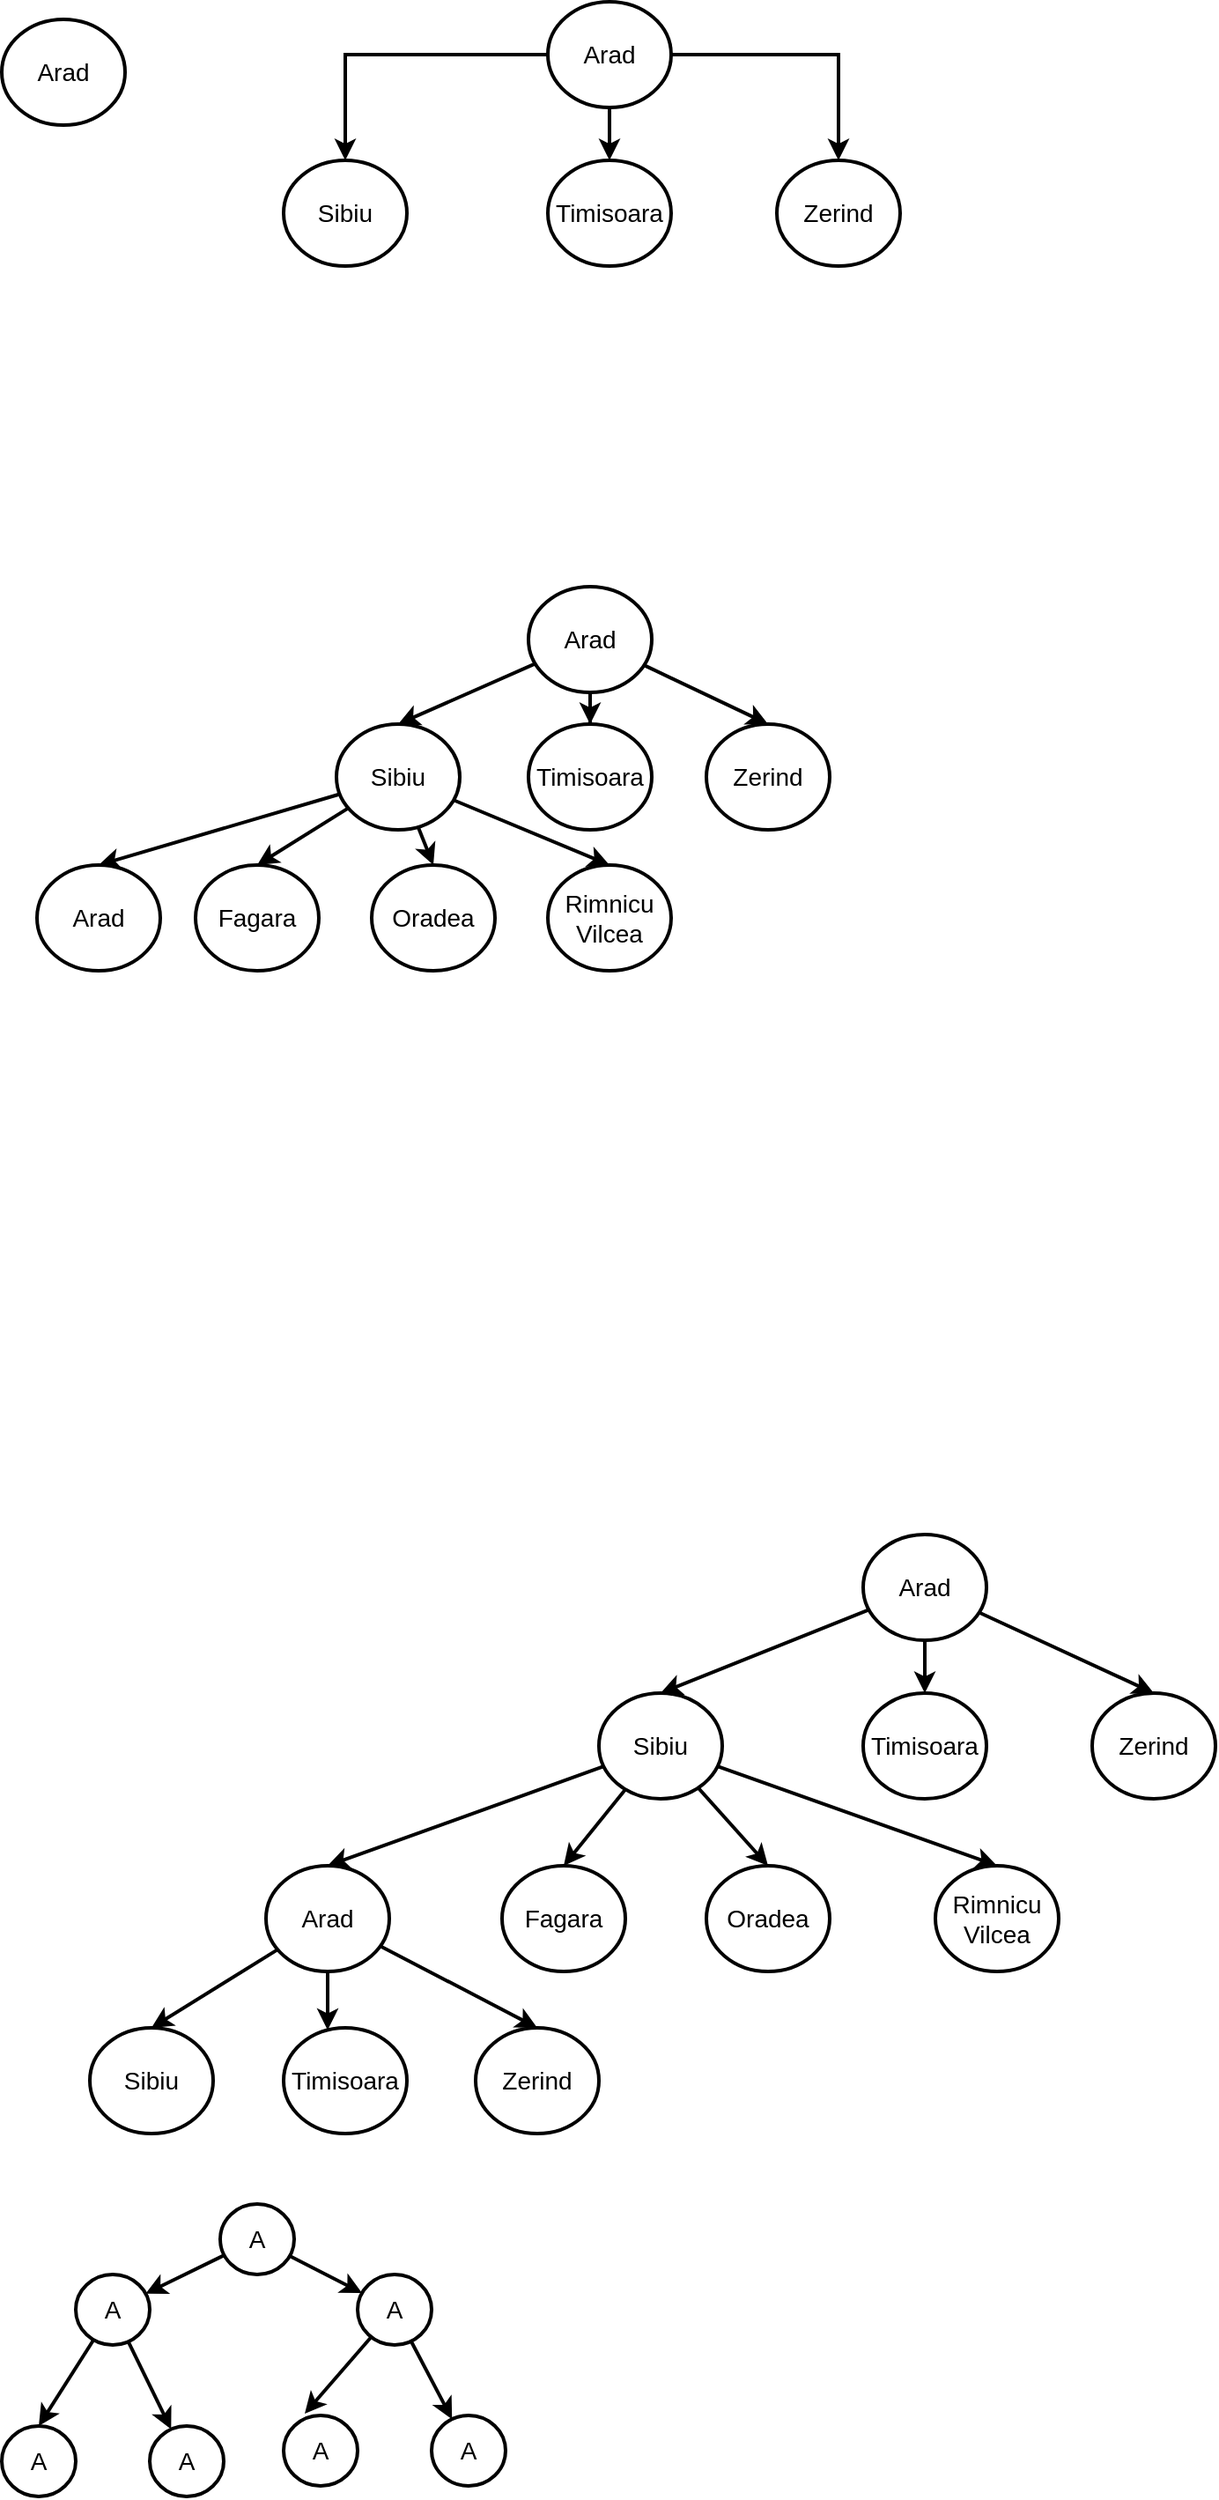
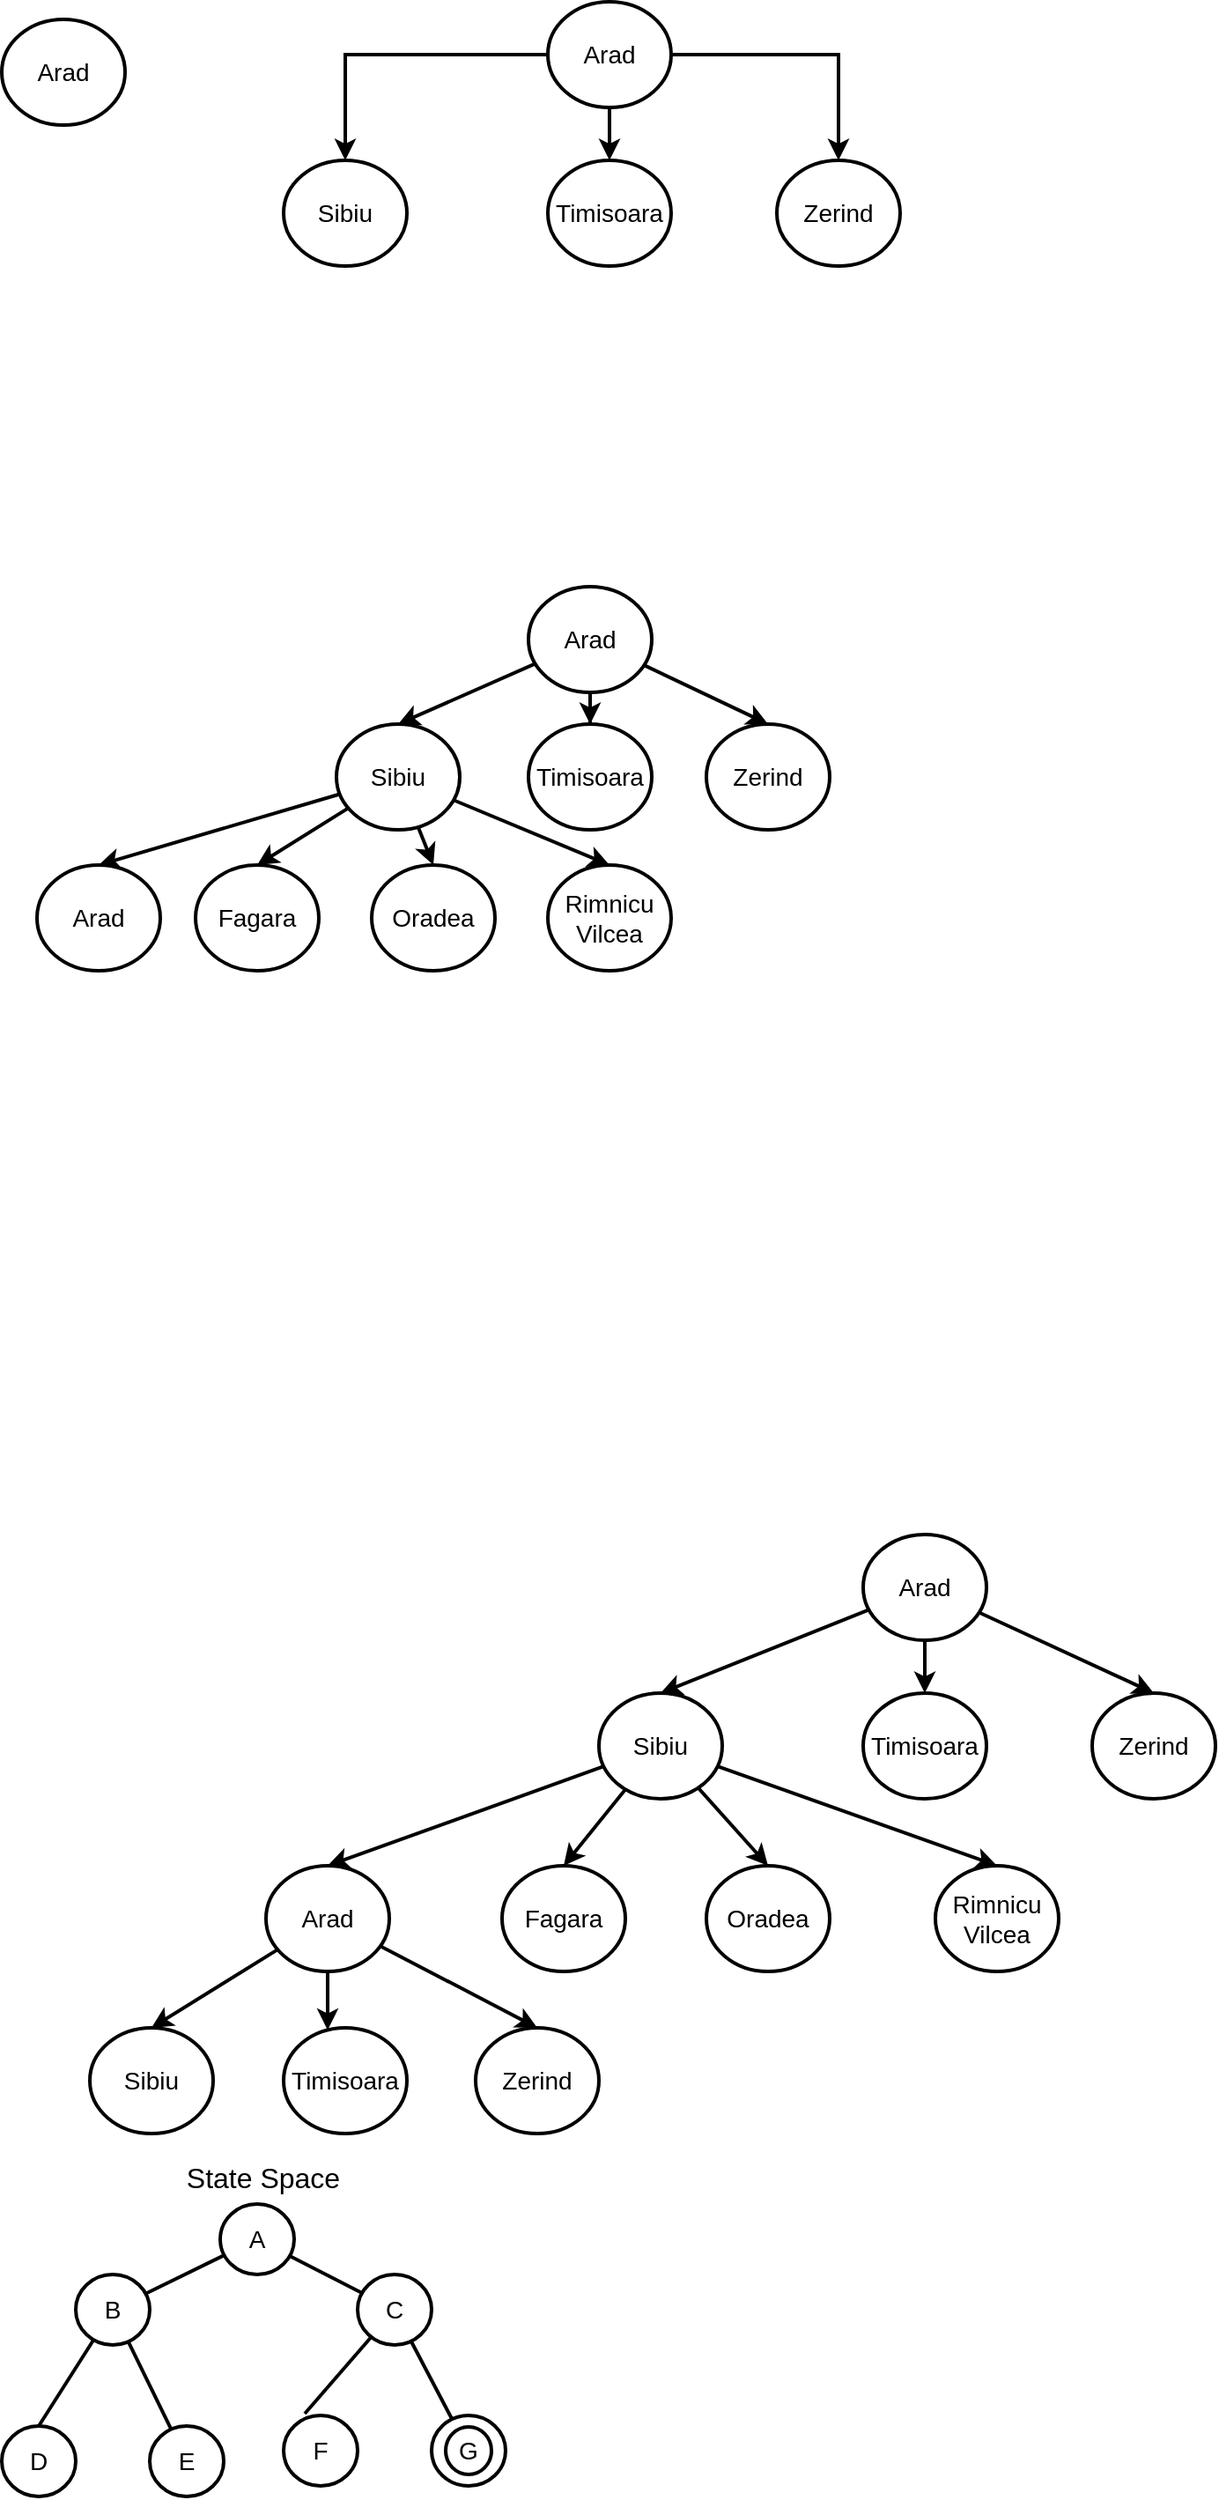
<mxfile host="app.diagrams.net">
  <diagram name="Page-1" id="BSzVWueWxRZ0f2yqvMc-">
-     <mxGraphModel dx="656" dy="351" grid="1" gridSize="10" guides="1" tooltips="1" connect="1" arrows="1" fold="1" page="1" pageScale="1" pageWidth="850" pageHeight="1100" math="0" shadow="0">
+     <mxGraphModel dx="656" dy="351" grid="0" gridSize="10" guides="1" tooltips="1" connect="1" arrows="1" fold="1" page="1" pageScale="1" pageWidth="850" pageHeight="1100" math="0" shadow="0">
      <root>
        <mxCell id="0" />
        <mxCell id="1" parent="0" />
        <mxCell id="DJkdPokyCSNuBn839fvl-1" parent="1" style="ellipse;whiteSpace=wrap;html=1;strokeWidth=2;fontSize=14;" value="Arad" vertex="1">
          <mxGeometry height="60" width="70" x="80" y="40" as="geometry" />
        </mxCell>
        <mxCell id="DJkdPokyCSNuBn839fvl-6" edge="1" parent="1" source="DJkdPokyCSNuBn839fvl-2" style="edgeStyle=orthogonalEdgeStyle;rounded=0;orthogonalLoop=1;jettySize=auto;html=1;entryX=0.5;entryY=0;entryDx=0;entryDy=0;strokeWidth=2;" target="DJkdPokyCSNuBn839fvl-3">
          <mxGeometry relative="1" as="geometry" />
        </mxCell>
        <mxCell id="DJkdPokyCSNuBn839fvl-7" edge="1" parent="1" source="DJkdPokyCSNuBn839fvl-2" style="edgeStyle=orthogonalEdgeStyle;rounded=0;orthogonalLoop=1;jettySize=auto;html=1;strokeWidth=2;" target="DJkdPokyCSNuBn839fvl-4" value="">
          <mxGeometry relative="1" as="geometry" />
        </mxCell>
        <mxCell id="DJkdPokyCSNuBn839fvl-8" edge="1" parent="1" source="DJkdPokyCSNuBn839fvl-2" style="edgeStyle=orthogonalEdgeStyle;rounded=0;orthogonalLoop=1;jettySize=auto;html=1;entryX=0.5;entryY=0;entryDx=0;entryDy=0;strokeWidth=2;" target="DJkdPokyCSNuBn839fvl-5">
          <mxGeometry relative="1" as="geometry" />
        </mxCell>
        <mxCell id="DJkdPokyCSNuBn839fvl-2" parent="1" style="ellipse;whiteSpace=wrap;html=1;strokeWidth=2;fontSize=14;" value="Arad" vertex="1">
          <mxGeometry height="60" width="70" x="390" y="30" as="geometry" />
        </mxCell>
        <mxCell id="DJkdPokyCSNuBn839fvl-3" parent="1" style="ellipse;whiteSpace=wrap;html=1;strokeWidth=2;fontSize=14;" value="Sibiu" vertex="1">
          <mxGeometry height="60" width="70" x="240" y="120" as="geometry" />
        </mxCell>
        <mxCell id="DJkdPokyCSNuBn839fvl-4" parent="1" style="ellipse;whiteSpace=wrap;html=1;strokeWidth=2;fontSize=14;" value="Timisoara" vertex="1">
          <mxGeometry height="60" width="70" x="390" y="120" as="geometry" />
        </mxCell>
        <mxCell id="DJkdPokyCSNuBn839fvl-5" parent="1" style="ellipse;whiteSpace=wrap;html=1;strokeWidth=2;fontSize=14;" value="Zerind" vertex="1">
          <mxGeometry height="60" width="70" x="520" y="120" as="geometry" />
        </mxCell>
        <mxCell id="DJkdPokyCSNuBn839fvl-9" edge="1" parent="1" source="DJkdPokyCSNuBn839fvl-12" style="rounded=0;orthogonalLoop=1;jettySize=auto;html=1;entryX=0.5;entryY=0;entryDx=0;entryDy=0;strokeWidth=2;" target="DJkdPokyCSNuBn839fvl-13">
          <mxGeometry relative="1" as="geometry" />
        </mxCell>
        <mxCell id="DJkdPokyCSNuBn839fvl-10" edge="1" parent="1" source="DJkdPokyCSNuBn839fvl-12" style="edgeStyle=orthogonalEdgeStyle;rounded=0;orthogonalLoop=1;jettySize=auto;html=1;strokeWidth=2;" target="DJkdPokyCSNuBn839fvl-14" value="">
          <mxGeometry relative="1" as="geometry" />
        </mxCell>
        <mxCell id="DJkdPokyCSNuBn839fvl-11" edge="1" parent="1" source="DJkdPokyCSNuBn839fvl-12" style="rounded=0;orthogonalLoop=1;jettySize=auto;html=1;entryX=0.5;entryY=0;entryDx=0;entryDy=0;strokeWidth=2;" target="DJkdPokyCSNuBn839fvl-15">
          <mxGeometry relative="1" as="geometry" />
        </mxCell>
        <mxCell id="DJkdPokyCSNuBn839fvl-12" parent="1" style="ellipse;whiteSpace=wrap;html=1;strokeWidth=2;fontSize=14;" value="Arad" vertex="1">
          <mxGeometry height="60" width="70" x="379" y="362" as="geometry" />
        </mxCell>
        <mxCell id="DJkdPokyCSNuBn839fvl-20" edge="1" parent="1" source="DJkdPokyCSNuBn839fvl-13" style="rounded=0;orthogonalLoop=1;jettySize=auto;html=1;entryX=0.5;entryY=0;entryDx=0;entryDy=0;strokeWidth=2;" target="DJkdPokyCSNuBn839fvl-16">
          <mxGeometry relative="1" as="geometry" />
        </mxCell>
        <mxCell id="DJkdPokyCSNuBn839fvl-22" edge="1" parent="1" source="DJkdPokyCSNuBn839fvl-13" style="rounded=0;orthogonalLoop=1;jettySize=auto;html=1;entryX=0.5;entryY=0;entryDx=0;entryDy=0;strokeWidth=2;" target="DJkdPokyCSNuBn839fvl-17">
          <mxGeometry relative="1" as="geometry" />
        </mxCell>
        <mxCell id="DJkdPokyCSNuBn839fvl-25" edge="1" parent="1" source="DJkdPokyCSNuBn839fvl-13" style="rounded=0;orthogonalLoop=1;jettySize=auto;html=1;entryX=0.5;entryY=0;entryDx=0;entryDy=0;strokeWidth=2;" target="DJkdPokyCSNuBn839fvl-19">
          <mxGeometry relative="1" as="geometry" />
        </mxCell>
        <mxCell id="DJkdPokyCSNuBn839fvl-26" edge="1" parent="1" source="DJkdPokyCSNuBn839fvl-13" style="rounded=0;orthogonalLoop=1;jettySize=auto;html=1;entryX=0.5;entryY=0;entryDx=0;entryDy=0;strokeWidth=2;" target="DJkdPokyCSNuBn839fvl-18">
          <mxGeometry relative="1" as="geometry" />
        </mxCell>
        <mxCell id="DJkdPokyCSNuBn839fvl-13" parent="1" style="ellipse;whiteSpace=wrap;html=1;strokeWidth=2;fontSize=14;" value="Sibiu" vertex="1">
          <mxGeometry height="60" width="70" x="270" y="440" as="geometry" />
        </mxCell>
        <mxCell id="DJkdPokyCSNuBn839fvl-14" parent="1" style="ellipse;whiteSpace=wrap;html=1;strokeWidth=2;fontSize=14;" value="Timisoara" vertex="1">
          <mxGeometry height="60" width="70" x="379" y="440" as="geometry" />
        </mxCell>
        <mxCell id="DJkdPokyCSNuBn839fvl-15" parent="1" style="ellipse;whiteSpace=wrap;html=1;strokeWidth=2;fontSize=14;" value="Zerind" vertex="1">
          <mxGeometry height="60" width="70" x="480" y="440" as="geometry" />
        </mxCell>
        <mxCell id="DJkdPokyCSNuBn839fvl-16" parent="1" style="ellipse;whiteSpace=wrap;html=1;strokeWidth=2;fontSize=14;" value="Arad" vertex="1">
          <mxGeometry height="60" width="70" x="100" y="520" as="geometry" />
        </mxCell>
        <mxCell id="DJkdPokyCSNuBn839fvl-17" parent="1" style="ellipse;whiteSpace=wrap;html=1;strokeWidth=2;fontSize=14;" value="Fagara" vertex="1">
          <mxGeometry height="60" width="70" x="190" y="520" as="geometry" />
        </mxCell>
        <mxCell id="DJkdPokyCSNuBn839fvl-18" parent="1" style="ellipse;whiteSpace=wrap;html=1;strokeWidth=2;fontSize=14;" value="Oradea" vertex="1">
          <mxGeometry height="60" width="70" x="290" y="520" as="geometry" />
        </mxCell>
        <mxCell id="DJkdPokyCSNuBn839fvl-19" parent="1" style="ellipse;whiteSpace=wrap;html=1;strokeWidth=2;fontSize=14;" value="Rimnicu Vilcea" vertex="1">
          <mxGeometry height="60" width="70" x="390" y="520" as="geometry" />
        </mxCell>
        <mxCell id="DJkdPokyCSNuBn839fvl-27" edge="1" parent="1" source="DJkdPokyCSNuBn839fvl-30" style="rounded=0;orthogonalLoop=1;jettySize=auto;html=1;entryX=0.5;entryY=0;entryDx=0;entryDy=0;strokeWidth=2;" target="DJkdPokyCSNuBn839fvl-35">
          <mxGeometry relative="1" as="geometry" />
        </mxCell>
        <mxCell id="DJkdPokyCSNuBn839fvl-28" edge="1" parent="1" source="DJkdPokyCSNuBn839fvl-30" style="edgeStyle=orthogonalEdgeStyle;rounded=0;orthogonalLoop=1;jettySize=auto;html=1;strokeWidth=2;" target="DJkdPokyCSNuBn839fvl-36" value="">
          <mxGeometry relative="1" as="geometry" />
        </mxCell>
        <mxCell id="DJkdPokyCSNuBn839fvl-29" edge="1" parent="1" source="DJkdPokyCSNuBn839fvl-30" style="rounded=0;orthogonalLoop=1;jettySize=auto;html=1;entryX=0.5;entryY=0;entryDx=0;entryDy=0;strokeWidth=2;" target="DJkdPokyCSNuBn839fvl-37">
          <mxGeometry relative="1" as="geometry" />
        </mxCell>
        <mxCell id="DJkdPokyCSNuBn839fvl-30" parent="1" style="ellipse;whiteSpace=wrap;html=1;strokeWidth=2;fontSize=14;" value="Arad" vertex="1">
          <mxGeometry height="60" width="70" x="569" y="900" as="geometry" />
        </mxCell>
        <mxCell id="DJkdPokyCSNuBn839fvl-31" edge="1" parent="1" source="DJkdPokyCSNuBn839fvl-35" style="rounded=0;orthogonalLoop=1;jettySize=auto;html=1;entryX=0.5;entryY=0;entryDx=0;entryDy=0;strokeWidth=2;" target="DJkdPokyCSNuBn839fvl-38">
          <mxGeometry relative="1" as="geometry" />
        </mxCell>
        <mxCell id="DJkdPokyCSNuBn839fvl-32" edge="1" parent="1" source="DJkdPokyCSNuBn839fvl-35" style="rounded=0;orthogonalLoop=1;jettySize=auto;html=1;entryX=0.5;entryY=0;entryDx=0;entryDy=0;strokeWidth=2;" target="DJkdPokyCSNuBn839fvl-39">
          <mxGeometry relative="1" as="geometry" />
        </mxCell>
        <mxCell id="DJkdPokyCSNuBn839fvl-33" edge="1" parent="1" source="DJkdPokyCSNuBn839fvl-35" style="rounded=0;orthogonalLoop=1;jettySize=auto;html=1;entryX=0.5;entryY=0;entryDx=0;entryDy=0;strokeWidth=2;" target="DJkdPokyCSNuBn839fvl-41">
          <mxGeometry relative="1" as="geometry" />
        </mxCell>
        <mxCell id="DJkdPokyCSNuBn839fvl-34" edge="1" parent="1" source="DJkdPokyCSNuBn839fvl-35" style="rounded=0;orthogonalLoop=1;jettySize=auto;html=1;entryX=0.5;entryY=0;entryDx=0;entryDy=0;strokeWidth=2;" target="DJkdPokyCSNuBn839fvl-40">
          <mxGeometry relative="1" as="geometry" />
        </mxCell>
        <mxCell id="DJkdPokyCSNuBn839fvl-35" parent="1" style="ellipse;whiteSpace=wrap;html=1;strokeWidth=2;fontSize=14;" value="Sibiu" vertex="1">
          <mxGeometry height="60" width="70" x="419" y="990" as="geometry" />
        </mxCell>
        <mxCell id="DJkdPokyCSNuBn839fvl-36" parent="1" style="ellipse;whiteSpace=wrap;html=1;strokeWidth=2;fontSize=14;" value="Timisoara" vertex="1">
          <mxGeometry height="60" width="70" x="569" y="990" as="geometry" />
        </mxCell>
        <mxCell id="DJkdPokyCSNuBn839fvl-37" parent="1" style="ellipse;whiteSpace=wrap;html=1;strokeWidth=2;fontSize=14;" value="Zerind" vertex="1">
          <mxGeometry height="60" width="70" x="699" y="990" as="geometry" />
        </mxCell>
        <mxCell id="DJkdPokyCSNuBn839fvl-45" edge="1" parent="1" source="DJkdPokyCSNuBn839fvl-38" style="rounded=0;orthogonalLoop=1;jettySize=auto;html=1;entryX=0.5;entryY=0;entryDx=0;entryDy=0;strokeWidth=2;" target="DJkdPokyCSNuBn839fvl-42">
          <mxGeometry relative="1" as="geometry" />
        </mxCell>
        <mxCell id="DJkdPokyCSNuBn839fvl-46" edge="1" parent="1" source="DJkdPokyCSNuBn839fvl-38" style="edgeStyle=orthogonalEdgeStyle;rounded=0;orthogonalLoop=1;jettySize=auto;html=1;strokeWidth=2;" target="DJkdPokyCSNuBn839fvl-43" value="">
          <mxGeometry relative="1" as="geometry">
            <Array as="points">
              <mxPoint x="265" y="1190" />
              <mxPoint x="265" y="1190" />
            </Array>
          </mxGeometry>
        </mxCell>
        <mxCell id="DJkdPokyCSNuBn839fvl-47" edge="1" parent="1" source="DJkdPokyCSNuBn839fvl-38" style="rounded=0;orthogonalLoop=1;jettySize=auto;html=1;entryX=0.5;entryY=0;entryDx=0;entryDy=0;strokeWidth=2;" target="DJkdPokyCSNuBn839fvl-44">
          <mxGeometry relative="1" as="geometry" />
        </mxCell>
        <mxCell id="DJkdPokyCSNuBn839fvl-38" parent="1" style="ellipse;whiteSpace=wrap;html=1;strokeWidth=2;fontSize=14;" value="Arad" vertex="1">
          <mxGeometry height="60" width="70" x="230" y="1088" as="geometry" />
        </mxCell>
        <mxCell id="DJkdPokyCSNuBn839fvl-39" parent="1" style="ellipse;whiteSpace=wrap;html=1;strokeWidth=2;fontSize=14;" value="Fagara" vertex="1">
          <mxGeometry height="60" width="70" x="364" y="1088" as="geometry" />
        </mxCell>
        <mxCell id="DJkdPokyCSNuBn839fvl-40" parent="1" style="ellipse;whiteSpace=wrap;html=1;strokeWidth=2;fontSize=14;" value="Oradea" vertex="1">
          <mxGeometry height="60" width="70" x="480" y="1088" as="geometry" />
        </mxCell>
        <mxCell id="DJkdPokyCSNuBn839fvl-41" parent="1" style="ellipse;whiteSpace=wrap;html=1;strokeWidth=2;fontSize=14;" value="Rimnicu Vilcea" vertex="1">
          <mxGeometry height="60" width="70" x="610" y="1088" as="geometry" />
        </mxCell>
        <mxCell id="DJkdPokyCSNuBn839fvl-42" parent="1" style="ellipse;whiteSpace=wrap;html=1;strokeWidth=2;fontSize=14;" value="Sibiu" vertex="1">
          <mxGeometry height="60" width="70" x="130" y="1180" as="geometry" />
        </mxCell>
        <mxCell id="DJkdPokyCSNuBn839fvl-43" parent="1" style="ellipse;whiteSpace=wrap;html=1;strokeWidth=2;fontSize=14;" value="Timisoara" vertex="1">
          <mxGeometry height="60" width="70" x="240" y="1180" as="geometry" />
        </mxCell>
        <mxCell id="DJkdPokyCSNuBn839fvl-44" parent="1" style="ellipse;whiteSpace=wrap;html=1;strokeWidth=2;fontSize=14;" value="Zerind" vertex="1">
          <mxGeometry height="60" width="70" x="349" y="1180" as="geometry" />
        </mxCell>
-         <mxCell id="3aDSpglnKRdrbF7ndWlJ-9" edge="1" parent="1" source="3aDSpglnKRdrbF7ndWlJ-1" style="rounded=0;orthogonalLoop=1;jettySize=auto;html=1;strokeWidth=2;" target="3aDSpglnKRdrbF7ndWlJ-2" value="">
+         <mxCell id="3aDSpglnKRdrbF7ndWlJ-9" edge="1" parent="1" source="3aDSpglnKRdrbF7ndWlJ-1" style="rounded=0;orthogonalLoop=1;jettySize=auto;html=1;strokeWidth=2;endArrow=none;endFill=0;" target="3aDSpglnKRdrbF7ndWlJ-2" value="">
          <mxGeometry relative="1" as="geometry" />
        </mxCell>
-         <mxCell id="3aDSpglnKRdrbF7ndWlJ-10" edge="1" parent="1" source="3aDSpglnKRdrbF7ndWlJ-1" style="rounded=0;orthogonalLoop=1;jettySize=auto;html=1;strokeWidth=2;" target="3aDSpglnKRdrbF7ndWlJ-3" value="">
+         <mxCell id="3aDSpglnKRdrbF7ndWlJ-10" edge="1" parent="1" source="3aDSpglnKRdrbF7ndWlJ-1" style="rounded=0;orthogonalLoop=1;jettySize=auto;html=1;strokeWidth=2;endArrow=none;endFill=0;" target="3aDSpglnKRdrbF7ndWlJ-3" value="">
          <mxGeometry relative="1" as="geometry" />
        </mxCell>
        <mxCell id="3aDSpglnKRdrbF7ndWlJ-1" parent="1" style="ellipse;whiteSpace=wrap;html=1;strokeWidth=2;fontSize=14;" value="A" vertex="1">
          <mxGeometry height="40" width="42" x="204" y="1280" as="geometry" />
        </mxCell>
-         <mxCell id="3aDSpglnKRdrbF7ndWlJ-11" edge="1" parent="1" source="3aDSpglnKRdrbF7ndWlJ-2" style="rounded=0;orthogonalLoop=1;jettySize=auto;html=1;strokeWidth=2;" target="3aDSpglnKRdrbF7ndWlJ-6" value="">
+         <mxCell id="3aDSpglnKRdrbF7ndWlJ-11" edge="1" parent="1" source="3aDSpglnKRdrbF7ndWlJ-2" style="rounded=0;orthogonalLoop=1;jettySize=auto;html=1;strokeWidth=2;endArrow=none;endFill=0;" target="3aDSpglnKRdrbF7ndWlJ-6" value="">
          <mxGeometry relative="1" as="geometry" />
        </mxCell>
-         <mxCell id="3aDSpglnKRdrbF7ndWlJ-13" edge="1" parent="1" source="3aDSpglnKRdrbF7ndWlJ-2" style="rounded=0;orthogonalLoop=1;jettySize=auto;html=1;entryX=0.5;entryY=0;entryDx=0;entryDy=0;strokeWidth=2;" target="3aDSpglnKRdrbF7ndWlJ-5">
+         <mxCell id="3aDSpglnKRdrbF7ndWlJ-13" edge="1" parent="1" source="3aDSpglnKRdrbF7ndWlJ-2" style="rounded=0;orthogonalLoop=1;jettySize=auto;html=1;entryX=0.5;entryY=0;entryDx=0;entryDy=0;strokeWidth=2;endArrow=none;endFill=0;" target="3aDSpglnKRdrbF7ndWlJ-5">
          <mxGeometry relative="1" as="geometry" />
        </mxCell>
-         <mxCell id="3aDSpglnKRdrbF7ndWlJ-2" parent="1" style="ellipse;whiteSpace=wrap;html=1;strokeWidth=2;fontSize=14;" value="A" vertex="1">
+         <mxCell id="3aDSpglnKRdrbF7ndWlJ-2" parent="1" style="ellipse;whiteSpace=wrap;html=1;strokeWidth=2;fontSize=14;" value="B" vertex="1">
          <mxGeometry height="40" width="42" x="122" y="1320" as="geometry" />
        </mxCell>
-         <mxCell id="3aDSpglnKRdrbF7ndWlJ-14" edge="1" parent="1" source="3aDSpglnKRdrbF7ndWlJ-3" style="rounded=0;orthogonalLoop=1;jettySize=auto;html=1;strokeWidth=2;" target="3aDSpglnKRdrbF7ndWlJ-7" value="">
+         <mxCell id="3aDSpglnKRdrbF7ndWlJ-14" edge="1" parent="1" source="3aDSpglnKRdrbF7ndWlJ-3" style="rounded=0;orthogonalLoop=1;jettySize=auto;html=1;strokeWidth=2;endArrow=none;endFill=0;" target="3aDSpglnKRdrbF7ndWlJ-7" value="">
          <mxGeometry relative="1" as="geometry" />
        </mxCell>
-         <mxCell id="3aDSpglnKRdrbF7ndWlJ-3" parent="1" style="ellipse;whiteSpace=wrap;html=1;strokeWidth=2;fontSize=14;" value="A" vertex="1">
+         <mxCell id="3aDSpglnKRdrbF7ndWlJ-3" parent="1" style="ellipse;whiteSpace=wrap;html=1;strokeWidth=2;fontSize=14;" value="C" vertex="1">
          <mxGeometry height="40" width="42" x="282" y="1320" as="geometry" />
        </mxCell>
-         <mxCell id="3aDSpglnKRdrbF7ndWlJ-4" parent="1" style="ellipse;whiteSpace=wrap;html=1;strokeWidth=2;fontSize=14;" value="A" vertex="1">
+         <mxCell id="3aDSpglnKRdrbF7ndWlJ-4" parent="1" style="ellipse;whiteSpace=wrap;html=1;strokeWidth=2;fontSize=14;" value="F" vertex="1">
          <mxGeometry height="40" width="42" x="240" y="1400" as="geometry" />
        </mxCell>
-         <mxCell id="3aDSpglnKRdrbF7ndWlJ-5" parent="1" style="ellipse;whiteSpace=wrap;html=1;strokeWidth=2;fontSize=14;" value="A" vertex="1">
+         <mxCell id="3aDSpglnKRdrbF7ndWlJ-5" parent="1" style="ellipse;whiteSpace=wrap;html=1;strokeWidth=2;fontSize=14;" value="D" vertex="1">
          <mxGeometry height="40" width="42" x="80" y="1406" as="geometry" />
        </mxCell>
-         <mxCell id="3aDSpglnKRdrbF7ndWlJ-6" parent="1" style="ellipse;whiteSpace=wrap;html=1;strokeWidth=2;fontSize=14;" value="A" vertex="1">
+         <mxCell id="3aDSpglnKRdrbF7ndWlJ-6" parent="1" style="ellipse;whiteSpace=wrap;html=1;strokeWidth=2;fontSize=14;" value="E" vertex="1">
          <mxGeometry height="40" width="42" x="164" y="1406" as="geometry" />
        </mxCell>
-         <mxCell id="3aDSpglnKRdrbF7ndWlJ-7" parent="1" style="ellipse;whiteSpace=wrap;html=1;strokeWidth=2;fontSize=14;" value="A" vertex="1">
+         <mxCell id="3aDSpglnKRdrbF7ndWlJ-7" parent="1" style="ellipse;whiteSpace=wrap;html=1;strokeWidth=2;fontSize=14;" value="" vertex="1">
          <mxGeometry height="40" width="42" x="324" y="1400" as="geometry" />
        </mxCell>
-         <mxCell id="3aDSpglnKRdrbF7ndWlJ-15" edge="1" parent="1" source="3aDSpglnKRdrbF7ndWlJ-3" style="rounded=0;orthogonalLoop=1;jettySize=auto;html=1;entryX=0.286;entryY=-0.025;entryDx=0;entryDy=0;entryPerimeter=0;strokeWidth=2;" target="3aDSpglnKRdrbF7ndWlJ-4">
+         <mxCell id="3aDSpglnKRdrbF7ndWlJ-15" edge="1" parent="1" source="3aDSpglnKRdrbF7ndWlJ-3" style="rounded=0;orthogonalLoop=1;jettySize=auto;html=1;entryX=0.286;entryY=-0.025;entryDx=0;entryDy=0;entryPerimeter=0;strokeWidth=2;endArrow=none;endFill=0;" target="3aDSpglnKRdrbF7ndWlJ-4">
          <mxGeometry relative="1" as="geometry" />
+         </mxCell>
+         <mxCell id="3aDSpglnKRdrbF7ndWlJ-16" parent="1" style="text;html=1;whiteSpace=wrap;strokeColor=none;fillColor=none;align=center;verticalAlign=middle;rounded=0;fontSize=16;" value="State Space" vertex="1">
+           <mxGeometry height="30" width="95" x="181" y="1250" as="geometry" />
+         </mxCell>
+         <mxCell id="3aDSpglnKRdrbF7ndWlJ-17" parent="1" style="ellipse;whiteSpace=wrap;html=1;strokeWidth=2;fontSize=14;" value="G" vertex="1">
+           <mxGeometry height="27" width="26" x="332" y="1406.5" as="geometry" />
        </mxCell>
      </root>
    </mxGraphModel>
  </diagram>
</mxfile>
